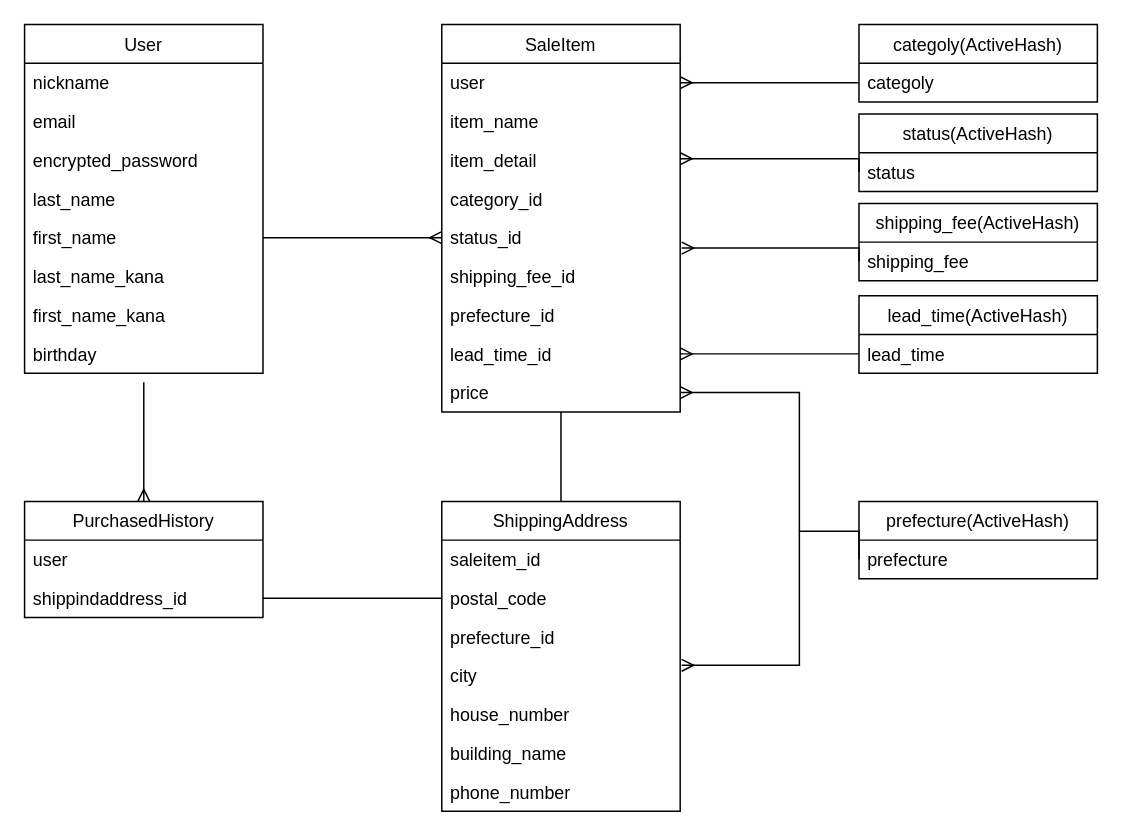
This is table.dio from KudouTom171/furima-33368, a draw.io file, before an edit. Source tidied: cells renumbered, new cells numbered last; positions are measured from the earlier drawing's top-left corner, leaving out a move shared by most shapes. Both pictures are drawn from the tidied source at 149%, with x=0, y=0 at pixel (24, 24).
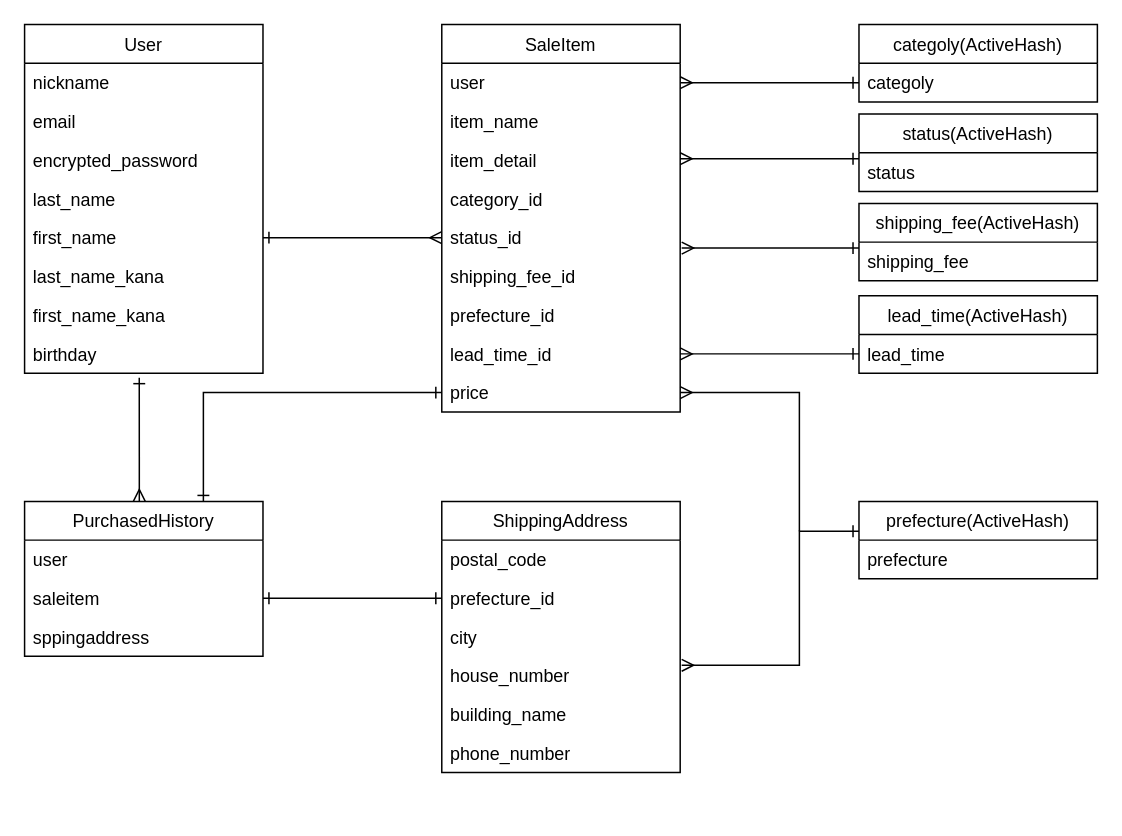
The same diagram, later.

Commit message (it also covers changes not shown here):
ER図、カラム、アソシエーションの修正

Unchanged cells that the change refers to:
```xml
<mxCell id="7" value="first_name" style="text;strokeColor=none;fillColor=none;align=left;verticalAlign=top;spacingLeft=4;spacingRight=4;overflow=hidden;points=[[0,0.5],[1,0.5]];portConstraint=eastwest;" parent="2" vertex="1">
  <mxGeometry y="130" width="160" height="26" as="geometry" />
</mxCell>
<mxCell id="10" value="birthday" style="text;strokeColor=none;fillColor=none;align=left;verticalAlign=top;spacingLeft=4;spacingRight=4;overflow=hidden;points=[[0,0.5],[1,0.5]];portConstraint=eastwest;" parent="2" vertex="1">
  <mxGeometry y="208" width="160" height="26" as="geometry" />
</mxCell>
<mxCell id="21" value="SaleItem" style="swimlane;fontStyle=0;horizontal=1;startSize=26;fillColor=none;" parent="1" vertex="1">
  <mxGeometry x="280" width="160" height="260" as="geometry" />
</mxCell>
<mxCell id="22" value="user" style="text;strokeColor=none;fillColor=none;align=left;verticalAlign=top;spacingLeft=4;spacingRight=4;overflow=hidden;points=[[0,0.5],[1,0.5]];portConstraint=eastwest;" parent="21" vertex="1">
  <mxGeometry y="26" width="160" height="26" as="geometry" />
</mxCell>
<mxCell id="30" value="price" style="text;strokeColor=none;fillColor=none;align=left;verticalAlign=top;spacingLeft=4;spacingRight=4;overflow=hidden;points=[[0,0.5],[1,0.5]];portConstraint=eastwest;" parent="21" vertex="1">
  <mxGeometry y="234" width="160" height="26" as="geometry" />
</mxCell>
<mxCell id="32" value="categoly" style="text;strokeColor=none;fillColor=none;align=left;verticalAlign=top;spacingLeft=4;spacingRight=4;overflow=hidden;points=[[0,0.5],[1,0.5]];portConstraint=eastwest;" parent="31" vertex="1">
  <mxGeometry y="26" width="160" height="26" as="geometry" />
</mxCell>
<mxCell id="34" value="status" style="text;strokeColor=none;fillColor=none;align=left;verticalAlign=top;spacingLeft=4;spacingRight=4;overflow=hidden;points=[[0,0.5],[1,0.5]];portConstraint=eastwest;" parent="33" vertex="1">
  <mxGeometry y="26" width="160" height="26" as="geometry" />
</mxCell>
<mxCell id="36" value="shipping_fee" style="text;strokeColor=none;fillColor=none;align=left;verticalAlign=top;spacingLeft=4;spacingRight=4;overflow=hidden;points=[[0,0.5],[1,0.5]];portConstraint=eastwest;" parent="35" vertex="1">
  <mxGeometry y="26" width="160" height="26" as="geometry" />
</mxCell>
<mxCell id="38" value="lead_time" style="text;strokeColor=none;fillColor=none;align=left;verticalAlign=top;spacingLeft=4;spacingRight=4;overflow=hidden;points=[[0,0.5],[1,0.5]];portConstraint=eastwest;" parent="37" vertex="1">
  <mxGeometry y="26" width="160" height="26" as="geometry" />
</mxCell>
<mxCell id="41" value="prefecture" style="text;strokeColor=none;fillColor=none;align=left;verticalAlign=top;spacingLeft=4;spacingRight=4;overflow=hidden;points=[[0,0.5],[1,0.5]];portConstraint=eastwest;" parent="40" vertex="1">
  <mxGeometry y="26" width="160" height="26" as="geometry" />
</mxCell>
```

Change to the diagram source:
```diff
@@
-    <mxCell id="12" style="edgeStyle=orthogonalEdgeStyle;rounded=0;jettySize=auto;html=1;exitX=0.5;exitY=0;exitDx=0;exitDy=0;entryX=0.5;entryY=1;entryDx=0;entryDy=0;startArrow=none;startFill=0;endArrow=none;endFill=0;" parent="1" edge="1" source="13" target="21">
-      <mxGeometry relative="1" as="geometry" />
-    </mxCell>
     <mxCell id="13" value="ShippingAddress" style="swimlane;fontStyle=0;horizontal=1;startSize=26;fillColor=none;" parent="1" vertex="1">
-      <mxGeometry x="280" y="320" width="160" height="208" as="geometry" />
+      <mxGeometry x="280" y="320" width="160" height="182" as="geometry" />
     </mxCell>
-    <mxCell id="14" value="saleitem_id" style="text;strokeColor=none;fillColor=none;align=left;verticalAlign=top;spacingLeft=4;spacingRight=4;overflow=hidden;" parent="13" vertex="1">
-      <mxGeometry y="26" width="160" height="26" as="geometry" />
-    </mxCell>
     <mxCell id="15" value="postal_code" style="text;strokeColor=none;fillColor=none;align=left;verticalAlign=top;spacingLeft=4;spacingRight=4;overflow=hidden;" parent="13" vertex="1">
-      <mxGeometry y="52" width="160" height="26" as="geometry" />
+      <mxGeometry y="26" width="160" height="26" as="geometry" />
     </mxCell>
     <mxCell id="16" value="prefecture_id" style="text;strokeColor=none;fillColor=none;align=left;verticalAlign=top;spacingLeft=4;spacingRight=4;overflow=hidden;" parent="13" vertex="1">
-      <mxGeometry y="78" width="160" height="26" as="geometry" />
+      <mxGeometry y="52" width="160" height="26" as="geometry" />
     </mxCell>
     <mxCell id="17" value="city" style="text;strokeColor=none;fillColor=none;align=left;verticalAlign=top;spacingLeft=4;spacingRight=4;overflow=hidden;" parent="13" vertex="1">
-      <mxGeometry y="104" width="160" height="26" as="geometry" />
+      <mxGeometry y="78" width="160" height="26" as="geometry" />
     </mxCell>
     <mxCell id="18" value="house_number" style="text;strokeColor=none;fillColor=none;align=left;verticalAlign=top;spacingLeft=4;spacingRight=4;overflow=hidden;" parent="13" vertex="1">
-      <mxGeometry y="130" width="160" height="26" as="geometry" />
+      <mxGeometry y="104" width="160" height="26" as="geometry" />
     </mxCell>
     <mxCell id="19" value="building_name" style="text;strokeColor=none;fillColor=none;align=left;verticalAlign=top;spacingLeft=4;spacingRight=4;overflow=hidden;" parent="13" vertex="1">
-      <mxGeometry y="156" width="160" height="26" as="geometry" />
+      <mxGeometry y="130" width="160" height="26" as="geometry" />
     </mxCell>
     <mxCell id="20" value="phone_number" style="text;strokeColor=none;fillColor=none;align=left;verticalAlign=top;spacingLeft=4;spacingRight=4;overflow=hidden;" parent="13" vertex="1">
-      <mxGeometry y="182" width="160" height="26" as="geometry" />
+      <mxGeometry y="156" width="160" height="26" as="geometry" />
     </mxCell>
@@
-    <mxCell id="42" style="edgeStyle=orthogonalEdgeStyle;rounded=0;jettySize=auto;html=1;endArrow=ERmany;endFill=0;" parent="1" edge="1" source="7">
+    <mxCell id="42" style="edgeStyle=orthogonalEdgeStyle;rounded=0;jettySize=auto;html=1;endArrow=ERmany;endFill=0;startArrow=ERone;startFill=0;" parent="1" edge="1" source="7">
       <mxGeometry relative="1" as="geometry">
         <mxPoint x="280" y="143" as="targetPoint" />
         <Array as="points">
           <mxPoint x="280" y="143" />
         </Array>
       </mxGeometry>
     </mxCell>
-    <mxCell id="43" style="edgeStyle=orthogonalEdgeStyle;rounded=0;jettySize=auto;html=1;exitX=0;exitY=0.5;exitDx=0;exitDy=0;endArrow=ERmany;endFill=0;" parent="1" edge="1" source="41">
+    <mxCell id="43" style="edgeStyle=orthogonalEdgeStyle;rounded=0;orthogonalLoop=1;jettySize=auto;html=1;endArrow=ERmany;endFill=0;startArrow=ERone;startFill=0;" parent="1" edge="1">
       <mxGeometry relative="1" as="geometry">
+        <mxPoint x="560" y="340" as="sourcePoint" />
         <mxPoint x="441" y="430" as="targetPoint" />
         <Array as="points">
           <mxPoint x="560" y="340" />
           <mxPoint x="520" y="340" />
           <mxPoint x="520" y="430" />
         </Array>
       </mxGeometry>
     </mxCell>
-    <mxCell id="44" style="edgeStyle=orthogonalEdgeStyle;rounded=0;jettySize=auto;html=1;exitX=0;exitY=0.5;exitDx=0;exitDy=0;entryX=1;entryY=0.5;entryDx=0;entryDy=0;endArrow=ERmany;endFill=0;" parent="1" edge="1" source="32" target="22">
+    <mxCell id="44" style="edgeStyle=orthogonalEdgeStyle;rounded=0;jettySize=auto;html=1;exitX=0;exitY=0.5;exitDx=0;exitDy=0;entryX=1;entryY=0.5;entryDx=0;entryDy=0;endArrow=ERmany;endFill=0;startArrow=ERone;startFill=0;" parent="1" edge="1" source="32" target="22">
       <mxGeometry relative="1" as="geometry" />
     </mxCell>
-    <mxCell id="45" style="edgeStyle=orthogonalEdgeStyle;rounded=0;jettySize=auto;html=1;exitX=0;exitY=0.5;exitDx=0;exitDy=0;endArrow=ERmany;endFill=0;" parent="1" edge="1" source="34">
+    <mxCell id="45" style="edgeStyle=orthogonalEdgeStyle;rounded=0;orthogonalLoop=1;jettySize=auto;html=1;endArrow=ERmany;endFill=0;startArrow=ERone;startFill=0;" parent="1" edge="1">
       <mxGeometry relative="1" as="geometry">
+        <mxPoint x="560" y="90" as="sourcePoint" />
         <mxPoint x="440" y="90" as="targetPoint" />
         <Array as="points">
           <mxPoint x="560" y="90" />
           <mxPoint x="440" y="90" />
         </Array>
       </mxGeometry>
     </mxCell>
-    <mxCell id="46" style="edgeStyle=orthogonalEdgeStyle;rounded=0;jettySize=auto;html=1;exitX=0;exitY=0.5;exitDx=0;exitDy=0;endArrow=ERmany;endFill=0;" parent="1" edge="1" source="36">
+    <mxCell id="46" style="edgeStyle=orthogonalEdgeStyle;rounded=0;orthogonalLoop=1;jettySize=auto;html=1;endArrow=ERmany;endFill=0;startArrow=ERone;startFill=0;" parent="1" edge="1">
       <mxGeometry relative="1" as="geometry">
+        <mxPoint x="560" y="150" as="sourcePoint" />
         <mxPoint x="441" y="150" as="targetPoint" />
         <Array as="points">
           <mxPoint x="560" y="150" />
           <mxPoint x="441" y="150" />
         </Array>
       </mxGeometry>
     </mxCell>
-    <mxCell id="47" style="edgeStyle=orthogonalEdgeStyle;rounded=0;jettySize=auto;html=1;exitX=0;exitY=0.5;exitDx=0;exitDy=0;endArrow=ERmany;endFill=0;" parent="1" edge="1" source="38">
+    <mxCell id="47" style="edgeStyle=orthogonalEdgeStyle;rounded=0;jettySize=auto;html=1;exitX=0;exitY=0.5;exitDx=0;exitDy=0;endArrow=ERmany;endFill=0;startArrow=ERone;startFill=0;" parent="1" edge="1" source="38">
       <mxGeometry relative="1" as="geometry">
         <mxPoint x="440" y="221" as="targetPoint" />
         <Array as="points">
           <mxPoint x="440" y="221" />
         </Array>
       </mxGeometry>
     </mxCell>
-    <mxCell id="48" style="edgeStyle=orthogonalEdgeStyle;rounded=0;jettySize=auto;html=1;startArrow=ERmany;startFill=0;endArrow=none;endFill=0;" parent="1" edge="1" source="49">
+    <mxCell id="48" style="edgeStyle=orthogonalEdgeStyle;rounded=0;jettySize=auto;html=1;startArrow=ERmany;startFill=0;endArrow=ERone;endFill=0;entryX=0.481;entryY=1.115;entryDx=0;entryDy=0;entryPerimeter=0;" parent="1" edge="1" source="49" target="10">
       <mxGeometry relative="1" as="geometry">
-        <mxPoint x="80" y="240" as="targetPoint" />
+        <Array as="points">
+          <mxPoint x="77" y="290" />
+          <mxPoint x="77" y="290" />
+        </Array>
       </mxGeometry>
     </mxCell>
+    <mxCell id="14" style="edgeStyle=orthogonalEdgeStyle;rounded=0;jettySize=auto;html=1;exitX=0.75;exitY=0;exitDx=0;exitDy=0;entryX=0;entryY=0.5;entryDx=0;entryDy=0;endArrow=ERone;endFill=0;startArrow=ERone;startFill=0;" parent="1" edge="1" source="49" target="30">
+      <mxGeometry relative="1" as="geometry" />
+    </mxCell>
     <mxCell id="49" value="PurchasedHistory" style="swimlane;fontStyle=0;horizontal=1;startSize=26;fillColor=none;" parent="1" vertex="1">
-      <mxGeometry y="320" width="160" height="78" as="geometry" />
+      <mxGeometry y="320" width="160" height="104" as="geometry" />
     </mxCell>
@@
+    <mxCell id="53" value="saleitem" style="text;strokeColor=none;fillColor=none;align=left;verticalAlign=top;spacingLeft=4;spacingRight=4;overflow=hidden;" parent="49" vertex="1">
+      <mxGeometry y="52" width="160" height="26" as="geometry" />
+    </mxCell>
-    <mxCell id="51" value="shippindaddress_id" style="text;strokeColor=none;fillColor=none;align=left;verticalAlign=top;spacingLeft=4;spacingRight=4;overflow=hidden;points=[[0,0.5],[1,0.5]];portConstraint=eastwest;" parent="49" vertex="1">
-      <mxGeometry y="52" width="160" height="26" as="geometry" />
+    <mxCell id="51" value="sppingaddress" style="text;strokeColor=none;fillColor=none;align=left;verticalAlign=top;spacingLeft=4;spacingRight=4;overflow=hidden;points=[[0,0.5],[1,0.5]];portConstraint=eastwest;" parent="49" vertex="1">
+      <mxGeometry y="78" width="160" height="26" as="geometry" />
     </mxCell>
-    <mxCell id="52" style="edgeStyle=orthogonalEdgeStyle;rounded=0;jettySize=auto;html=1;entryX=1;entryY=0.5;entryDx=0;entryDy=0;startArrow=none;startFill=0;endArrow=none;endFill=0;" parent="1" edge="1" target="51">
+    <mxCell id="52" style="edgeStyle=orthogonalEdgeStyle;rounded=0;orthogonalLoop=1;jettySize=auto;html=1;startArrow=ERone;startFill=0;endArrow=ERone;endFill=0;" parent="1" edge="1">
       <mxGeometry relative="1" as="geometry">
         <mxPoint x="280" y="385" as="sourcePoint" />
+        <mxPoint x="160" y="385" as="targetPoint" />
         <Array as="points">
           <mxPoint x="280" y="385" />
         </Array>
       </mxGeometry>
     </mxCell>
```
